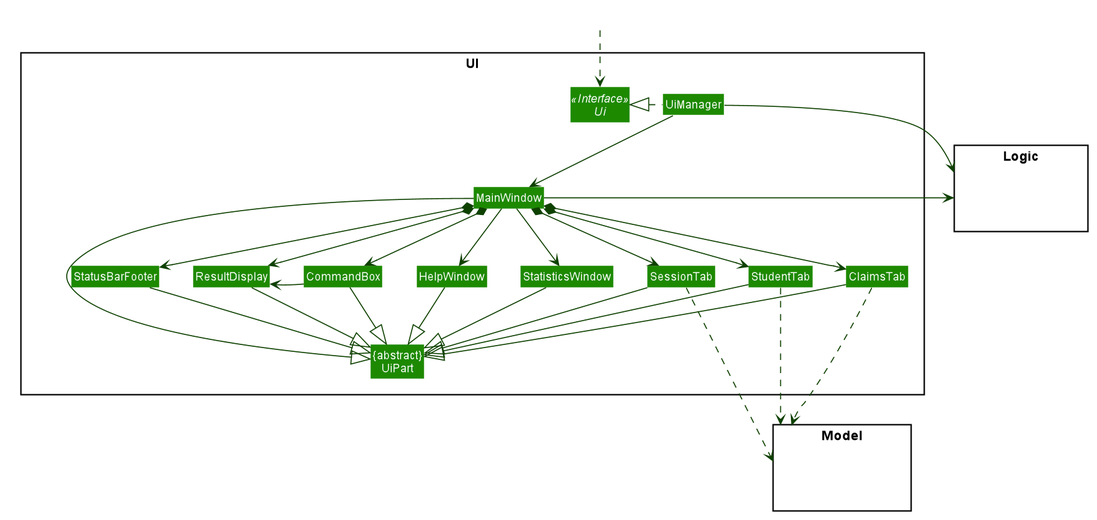
Above: docs/images/UiClassDiagram.png in nus-cs2103-AY1920S2/addressbook-level3 (PlantUML), before the change. The source it was exported from:
```plantuml
@startuml








skinparam BackgroundColor #FFFFFFF

skinparam Shadowing false

skinparam Class {
    FontColor #FFFFFF
    BorderThickness 1
    BorderColor #FFFFFF
    StereotypeFontColor #FFFFFF
    FontName Arial
}

skinparam Actor {
    BorderColor #000000
    Color #000000
    FontName Arial
}

skinparam Sequence {
    MessageAlign center
    BoxFontSize 15
    BoxPadding 0
    BoxFontColor #FFFFFF
    FontName Arial
}

skinparam Participant {
    FontColor #FFFFFFF
    Padding 20
}

skinparam MinClassWidth 50
skinparam ParticipantPadding 10
skinparam Shadowing false
skinparam DefaultTextAlignment center
skinparam packageStyle Rectangle

hide footbox
hide members
hide circle
skinparam arrowThickness 1.1
skinparam arrowColor #0E4100
skinparam classBackgroundColor #1D8900

package UI <<Rectangle>>{
Interface Ui <<Interface>>
Class "{abstract}\nUiPart" as UiPart
Class UiManager
Class MainWindow
Class HelpWindow
Class StatisticsWindow
Class ResultDisplay
Class StudentTab
Class ClaimsTab
Class SessionTab
Class StatusBarFooter
Class CommandBox
}

package Model <<Rectangle>> {
Class HiddenModel #FFFFFF
}

package Logic <<Rectangle>> {
Class HiddenLogic #FFFFFF
}

Class HiddenOutside #FFFFFF
HiddenOutside ..> Ui

UiManager .left.|> Ui
UiManager -down-> MainWindow
MainWindow --> HelpWindow
MainWindow --> StatisticsWindow
MainWindow *-down-> CommandBox
MainWindow *-down-> ResultDisplay
MainWindow *-down-> StudentTab
MainWindow *-down-> SessionTab
MainWindow *-down-> ClaimsTab
MainWindow *-down-> StatusBarFooter

CommandBox -up-> ResultDisplay


MainWindow -left-|> UiPart

ResultDisplay --|> UiPart
CommandBox --|> UiPart
StudentTab --|> UiPart
SessionTab --|> UiPart
ClaimsTab --|> UiPart
StatusBarFooter --|> UiPart
HelpWindow -down-|> UiPart
StatisticsWindow -down-|> UiPart

UiManager -right-> Logic
MainWindow -left-> Logic

StudentTab .down..> Model
SessionTab .down.> Model
ClaimsTab .down.> Model

HelpWindow -[hidden]left- CommandBox
CommandBox -[hidden]left- ResultDisplay
ResultDisplay -[hidden]left- StatusBarFooter

MainWindow -[hidden]-|> UiPart
@enduml
```
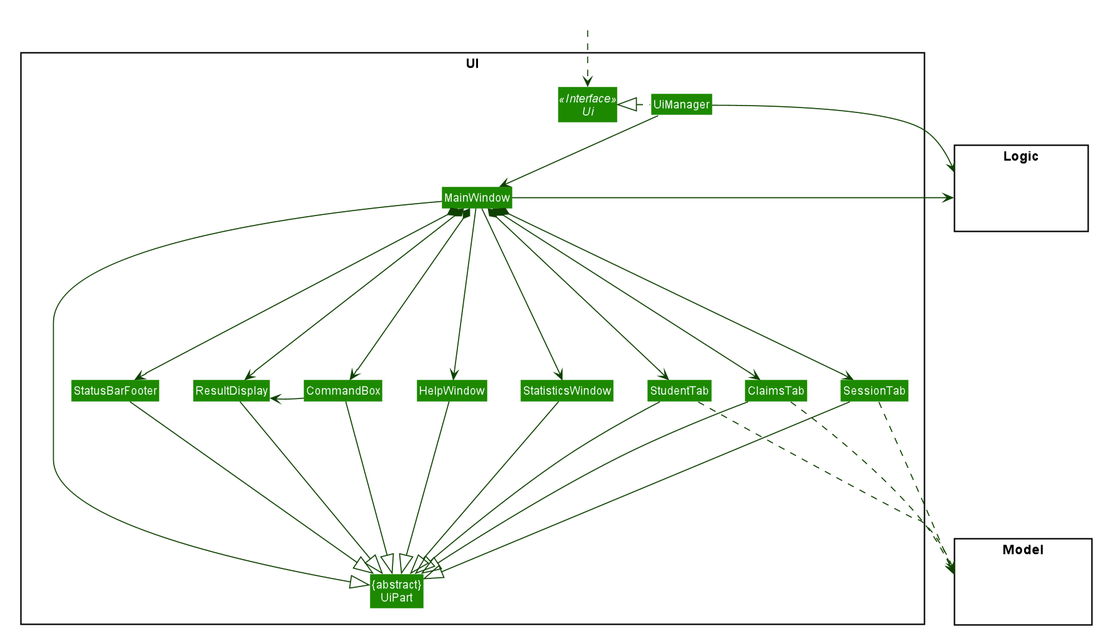
The same file after the commit.

Commit message:
update ui class diagram

Change to the diagram source:
```diff
@@ -79,35 +79,35 @@
 
 UiManager .left.|> Ui
 UiManager -down-> MainWindow
-MainWindow --> HelpWindow
-MainWindow --> StatisticsWindow
-MainWindow *-down-> CommandBox
-MainWindow *-down-> ResultDisplay
-MainWindow *-down-> StudentTab
-MainWindow *-down-> SessionTab
-MainWindow *-down-> ClaimsTab
-MainWindow *-down-> StatusBarFooter
+MainWindow ---> HelpWindow
+MainWindow ----> StatisticsWindow
+MainWindow *--down--> CommandBox
+MainWindow *--down--> ResultDisplay
+MainWindow *--down--> StudentTab
+MainWindow *--down--> SessionTab
+MainWindow *--down--> ClaimsTab
+MainWindow *--down--> StatusBarFooter
 
 CommandBox -up-> ResultDisplay
 
 
 MainWindow -left-|> UiPart
 
-ResultDisplay --|> UiPart
-CommandBox --|> UiPart
-StudentTab --|> UiPart
-SessionTab --|> UiPart
-ClaimsTab --|> UiPart
-StatusBarFooter --|> UiPart
-HelpWindow -down-|> UiPart
-StatisticsWindow -down-|> UiPart
+ResultDisplay ----|> UiPart
+CommandBox ----|> UiPart
+StudentTab ----|> UiPart
+SessionTab ----|> UiPart
+ClaimsTab ----|> UiPart
+StatusBarFooter ----|> UiPart
+HelpWindow --down--|> UiPart
+StatisticsWindow --down--|> UiPart
 
 UiManager -right-> Logic
 MainWindow -left-> Logic
 
-StudentTab .down..> Model
-SessionTab .down.> Model
-ClaimsTab .down.> Model
+StudentTab .down...> Model
+SessionTab .down..> Model
+ClaimsTab .down..> Model
 
 HelpWindow -[hidden]left- CommandBox
 CommandBox -[hidden]left- ResultDisplay
```
